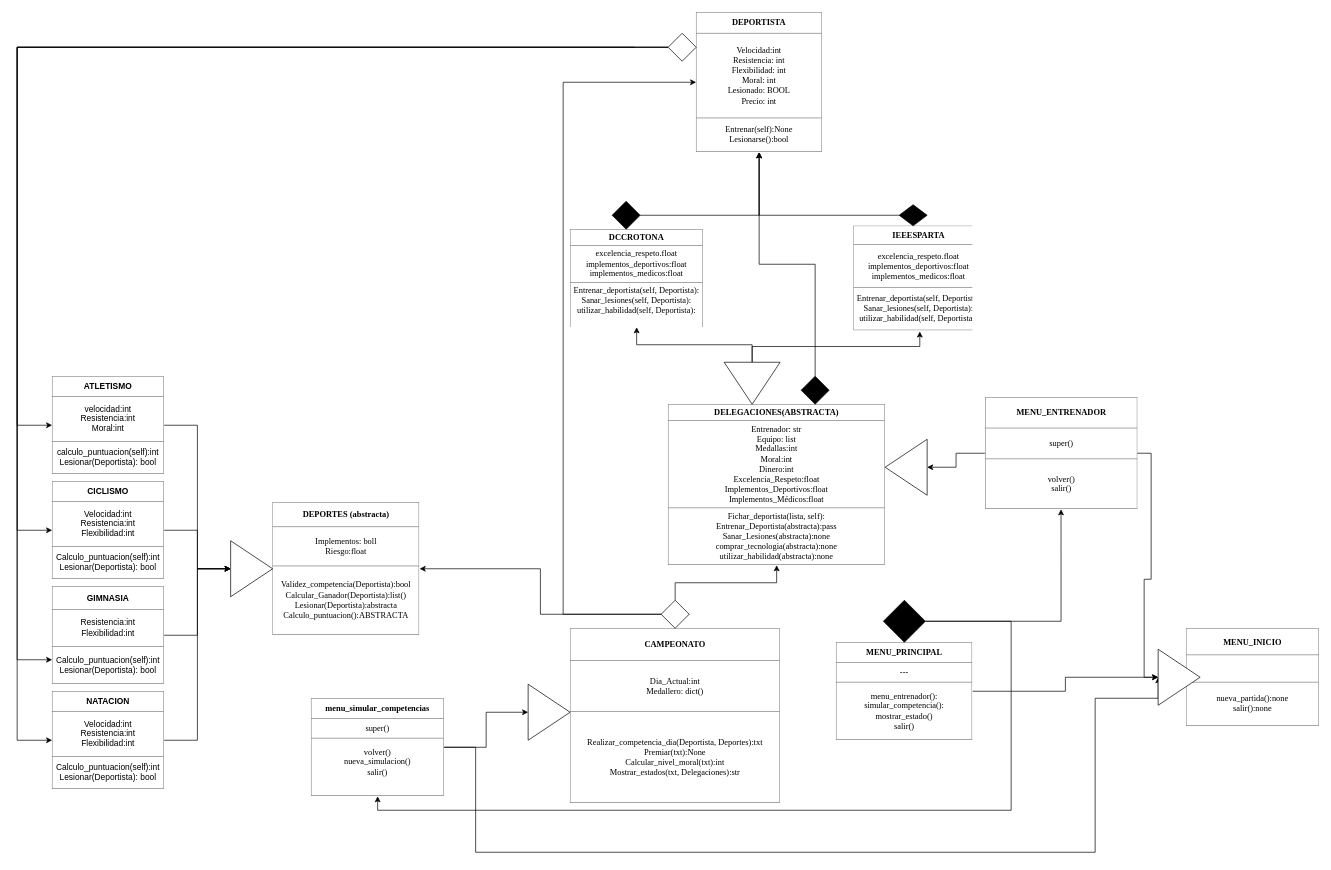
Above: TAREA01_PROGRA.drawio in bastian-perez/repositorio.rinnegann (draw.io), before the change. Source tidied: cells renumbered, new cells numbered last; positions are measured from the earlier drawing's top-left corner, leaving out a move shared by most shapes. Both pictures are drawn from the tidied source at 70%, with x=0, y=0 at pixel (17, 12).
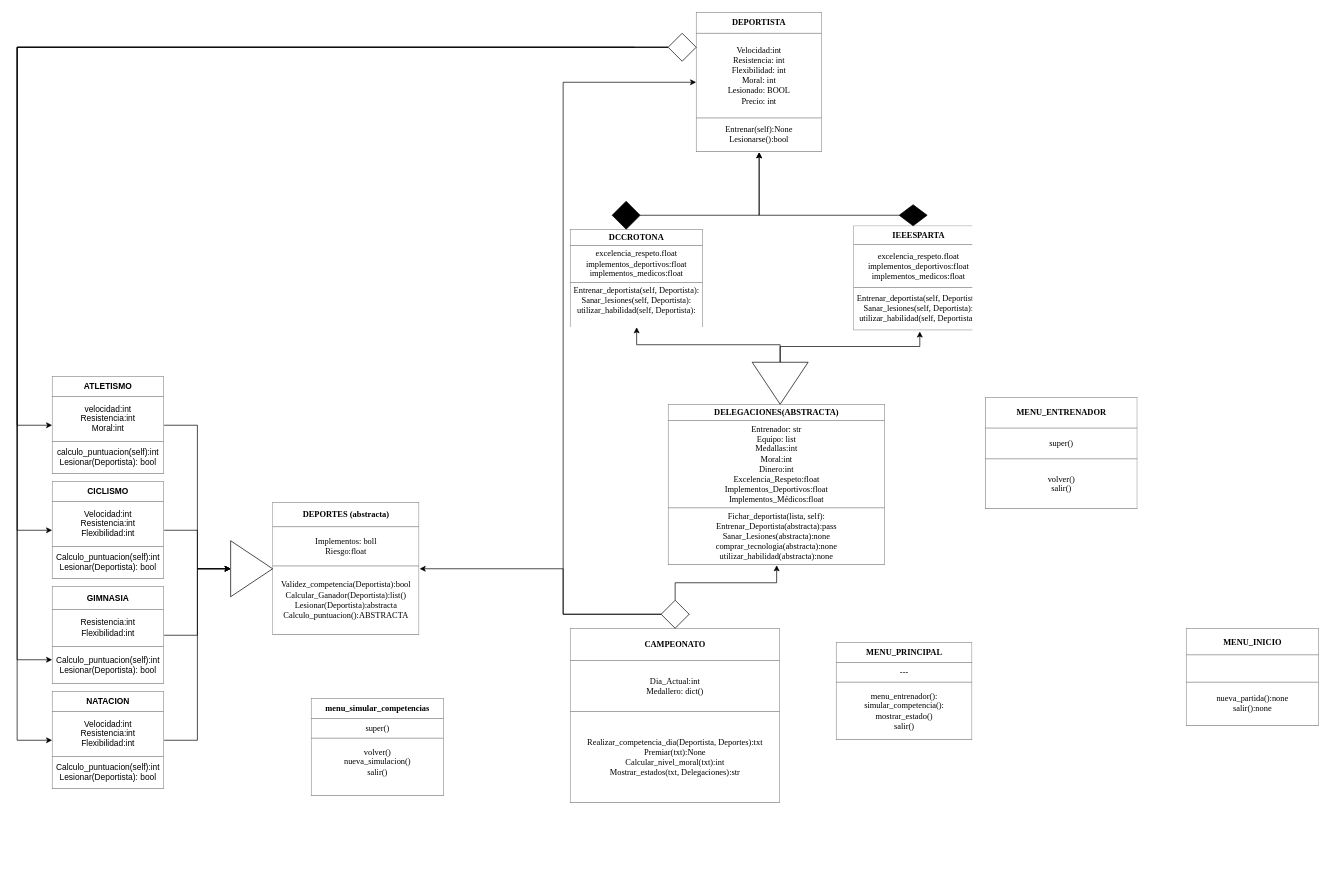
The same diagram, later.

Unchanged cells that the change refers to:
```xml
<mxCell id="3" value="&lt;table style=&quot;width: 100% ; height: 100% ; border-collapse: collapse&quot; width=&quot;100%&quot; cellpadding=&quot;4&quot; border=&quot;1&quot;&gt;&lt;tbody&gt;&lt;tr&gt;&lt;th align=&quot;center&quot;&gt;DEPORTES (abstracta)&lt;br&gt;&lt;/th&gt;&lt;/tr&gt;&lt;tr&gt;&lt;td align=&quot;center&quot;&gt;Implementos: boll&lt;br&gt;Riesgo:float&lt;br&gt;&lt;/td&gt;&lt;/tr&gt;&lt;tr&gt;&lt;td align=&quot;center&quot;&gt;Validez_competencia(Deportista):bool&lt;br&gt;Calcular_Ganador(Deportista):list()&lt;br&gt;Lesionar(Deportista):abstracta&lt;br&gt;Calculo_puntuacion():ABSTRACTA&lt;br&gt;&lt;/td&gt;&lt;/tr&gt;&lt;/tbody&gt;&lt;/table&gt;" style="text;html=1;strokeColor=none;fillColor=none;overflow=fill;fontFamily=Times New Roman;" parent="1" vertex="1">
  <mxGeometry x="365" y="700" width="210" height="190" as="geometry" />
</mxCell>
<mxCell id="4" value="&lt;table style=&quot;width: 100% ; height: 100% ; border-collapse: collapse&quot; width=&quot;100%&quot; cellpadding=&quot;4&quot; border=&quot;1&quot;&gt;&lt;tbody&gt;&lt;tr&gt;&lt;th align=&quot;center&quot;&gt;DEPORTISTA&lt;br&gt;&lt;/th&gt;&lt;/tr&gt;&lt;tr&gt;&lt;td align=&quot;center&quot;&gt;Velocidad:int&lt;br&gt;Resistencia: int&lt;br&gt;Flexibilidad: int&lt;br&gt;Moral: int&lt;br&gt;Lesionado: BOOL&lt;br&gt;Precio: int&lt;br&gt;&lt;/td&gt;&lt;/tr&gt;&lt;tr&gt;&lt;td align=&quot;center&quot;&gt;Entrenar(self):None&lt;br&gt;Lesionarse():bool&lt;br&gt;&lt;/td&gt;&lt;/tr&gt;&lt;/tbody&gt;&lt;/table&gt;" style="text;html=1;strokeColor=none;fillColor=none;overflow=fill;fontFamily=Times New Roman;" parent="1" vertex="1">
  <mxGeometry x="970" width="180" height="200" as="geometry" />
</mxCell>
<mxCell id="16" value="&lt;table style=&quot;width: 100% ; height: 100% ; border-collapse: collapse&quot; width=&quot;100%&quot; cellpadding=&quot;4&quot; border=&quot;1&quot;&gt;&lt;tbody&gt;&lt;tr&gt;&lt;th align=&quot;center&quot;&gt;MENU_PRINCIPAL&lt;br&gt;&lt;/th&gt;&lt;/tr&gt;&lt;tr&gt;&lt;td align=&quot;center&quot;&gt;---&lt;br&gt;&lt;/td&gt;&lt;/tr&gt;&lt;tr&gt;&lt;td align=&quot;center&quot;&gt;menu_entrenador():&lt;br&gt;simular_competencia():&lt;br&gt;mostrar_estado()&lt;br&gt;salir()&lt;br&gt;&lt;/td&gt;&lt;/tr&gt;&lt;/tbody&gt;&lt;/table&gt;" style="text;html=1;strokeColor=none;fillColor=none;overflow=fill;fontFamily=Times New Roman;align=left;" parent="1" vertex="1">
  <mxGeometry x="1170" y="900" width="195" height="140" as="geometry" />
</mxCell>
<mxCell id="28" style="rhombus;whiteSpace=wrap;html=1;fillColor=#FFFFFF;gradientColor=none;fontFamily=Times New Roman;align=left;" parent="1" vertex="1">
  <mxGeometry x="920" y="840" width="40" height="40" as="geometry" />
</mxCell>
<mxCell id="32" value="&lt;table style=&quot;width: 100% ; height: 100% ; border-collapse: collapse&quot; width=&quot;100%&quot; cellpadding=&quot;4&quot; border=&quot;1&quot;&gt;&lt;tbody&gt;&lt;tr&gt;&lt;th align=&quot;center&quot;&gt;&lt;b&gt;menu_simular_competencias&lt;/b&gt;&lt;/th&gt;&lt;/tr&gt;&lt;tr&gt;&lt;td align=&quot;center&quot;&gt;super()&lt;br&gt;&lt;/td&gt;&lt;/tr&gt;&lt;tr&gt;&lt;td align=&quot;center&quot;&gt;volver()&lt;br&gt;nueva_simulacion()&lt;br&gt;salir()&lt;br&gt;&lt;br&gt;&lt;/td&gt;&lt;/tr&gt;&lt;/tbody&gt;&lt;/table&gt;" style="text;html=1;strokeColor=none;fillColor=none;overflow=fill;fontFamily=Times New Roman;align=left;" parent="1" vertex="1">
  <mxGeometry x="420" y="980" width="190" height="140" as="geometry" />
</mxCell>
<mxCell id="36" value="&lt;table style=&quot;width: 100% ; height: 100% ; border-collapse: collapse&quot; width=&quot;100%&quot; cellpadding=&quot;4&quot; border=&quot;1&quot;&gt;&lt;tbody&gt;&lt;tr&gt;&lt;th align=&quot;center&quot;&gt;MENU_ENTRENADOR&lt;br&gt;&lt;/th&gt;&lt;/tr&gt;&lt;tr&gt;&lt;td align=&quot;center&quot;&gt;super()&lt;br&gt;&lt;/td&gt;&lt;/tr&gt;&lt;tr&gt;&lt;td align=&quot;center&quot;&gt;volver()&lt;br&gt;salir()&lt;br&gt;&lt;/td&gt;&lt;/tr&gt;&lt;/tbody&gt;&lt;/table&gt;" style="text;html=1;strokeColor=none;fillColor=none;overflow=fill;fontFamily=Times New Roman;align=left;rotation=0;" parent="1" vertex="1">
  <mxGeometry x="1382.5" y="550" width="217.5" height="160" as="geometry" />
</mxCell>
```

The edit, as a diff of the source:
```diff
@@
-    <mxCell id="15" style="edgeStyle=orthogonalEdgeStyle;rounded=0;jettySize=auto;html=1;entryX=0;entryY=0.5;entryDx=0;entryDy=0;fontFamily=Times New Roman;" parent="1" edge="1" source="16" target="33">
-      <mxGeometry relative="1" as="geometry" />
-    </mxCell>
@@
     <mxCell id="26" style="edgeStyle=orthogonalEdgeStyle;rounded=0;jettySize=auto;html=1;fontFamily=Times New Roman;" parent="1" edge="1" source="28" target="3">
-      <mxGeometry relative="1" as="geometry" />
+      <mxGeometry relative="1" as="geometry">
+        <Array as="points">
+          <mxPoint x="780" y="860" />
+          <mxPoint x="780" y="795" />
+        </Array>
+      </mxGeometry>
     </mxCell>
@@
-    <mxCell id="30" style="edgeStyle=orthogonalEdgeStyle;rounded=0;jettySize=auto;html=1;entryX=0;entryY=0.5;entryDx=0;entryDy=0;fontFamily=Times New Roman;" parent="1" edge="1" source="32" target="33">
-      <mxGeometry relative="1" as="geometry">
-        <Array as="points">
-          <mxPoint x="655" y="1050" />
-          <mxPoint x="655" y="1200" />
-          <mxPoint x="1540" y="1200" />
-          <mxPoint x="1540" y="980" />
-          <mxPoint x="1630" y="980" />
-        </Array>
-      </mxGeometry>
-    </mxCell>
-    <mxCell id="31" style="edgeStyle=orthogonalEdgeStyle;rounded=0;jettySize=auto;html=1;entryX=0;entryY=0.5;entryDx=0;entryDy=0;fontFamily=Times New Roman;" parent="1" edge="1" source="32" target="38">
-      <mxGeometry relative="1" as="geometry" />
-    </mxCell>
@@
-    <mxCell id="33" style="triangle;whiteSpace=wrap;html=1;fillColor=#FFFFFF;gradientColor=none;fontFamily=Times New Roman;align=left;" parent="1" vertex="1">
-      <mxGeometry x="1630" y="910" width="60" height="80" as="geometry" />
-    </mxCell>
-    <mxCell id="34" style="edgeStyle=orthogonalEdgeStyle;rounded=0;jettySize=auto;html=1;entryX=0;entryY=0.5;entryDx=0;entryDy=0;fontFamily=Times New Roman;" parent="1" edge="1" source="36" target="37">
-      <mxGeometry relative="1" as="geometry" />
-    </mxCell>
-    <mxCell id="35" style="edgeStyle=orthogonalEdgeStyle;rounded=0;jettySize=auto;html=1;entryX=0;entryY=0.5;entryDx=0;entryDy=0;fontFamily=Times New Roman;" parent="1" edge="1" source="36" target="33">
-      <mxGeometry relative="1" as="geometry" />
-    </mxCell>
@@
-    <mxCell id="37" style="triangle;whiteSpace=wrap;html=1;fillColor=#FFFFFF;gradientColor=none;fontFamily=Times New Roman;align=left;direction=west;rounded=0;" parent="1" vertex="1">
-      <mxGeometry x="1240" y="610" width="60" height="80" as="geometry" />
-    </mxCell>
-    <mxCell id="38" style="triangle;whiteSpace=wrap;html=1;fillColor=#FFFFFF;gradientColor=none;fontFamily=Times New Roman;align=left;" parent="1" vertex="1">
-      <mxGeometry x="730" y="960" width="60" height="80" as="geometry" />
-    </mxCell>
     <mxCell id="39" style="triangle;whiteSpace=wrap;html=1;rotation=90;" parent="1" vertex="1">
-      <mxGeometry x="1020" y="490" width="60" height="80" as="geometry" />
+      <mxGeometry x="1060" y="490" width="60" height="80" as="geometry" />
     </mxCell>
-    <mxCell id="40" style="edgeStyle=orthogonalEdgeStyle;rounded=0;jettySize=auto;html=1;entryX=0.5;entryY=1;entryDx=0;entryDy=0;" parent="1" edge="1" source="41" target="4">
-      <mxGeometry relative="1" as="geometry" />
-    </mxCell>
-    <mxCell id="41" style="rhombus;whiteSpace=wrap;html=1;fillColor=#000000;" parent="1" vertex="1">
-      <mxGeometry x="1120" y="520" width="40" height="40" as="geometry" />
-    </mxCell>
@@
-    <mxCell id="48" style="edgeStyle=orthogonalEdgeStyle;rounded=0;jettySize=auto;html=1;entryX=0.5;entryY=1;entryDx=0;entryDy=0;" parent="1" edge="1" source="50" target="36">
-      <mxGeometry relative="1" as="geometry" />
-    </mxCell>
-    <mxCell id="49" style="edgeStyle=orthogonalEdgeStyle;rounded=0;jettySize=auto;html=1;entryX=0.5;entryY=1;entryDx=0;entryDy=0;" parent="1" edge="1" source="50" target="32">
-      <mxGeometry relative="1" as="geometry">
-        <Array as="points">
-          <mxPoint x="1420" y="870" />
-          <mxPoint x="1420" y="1140" />
-          <mxPoint x="515" y="1140" />
-        </Array>
-      </mxGeometry>
-    </mxCell>
-    <mxCell id="50" style="rhombus;whiteSpace=wrap;html=1;fillColor=#000000;" parent="1" vertex="1">
-      <mxGeometry x="1237.5" y="840" width="60" height="60" as="geometry" />
-    </mxCell>
```
